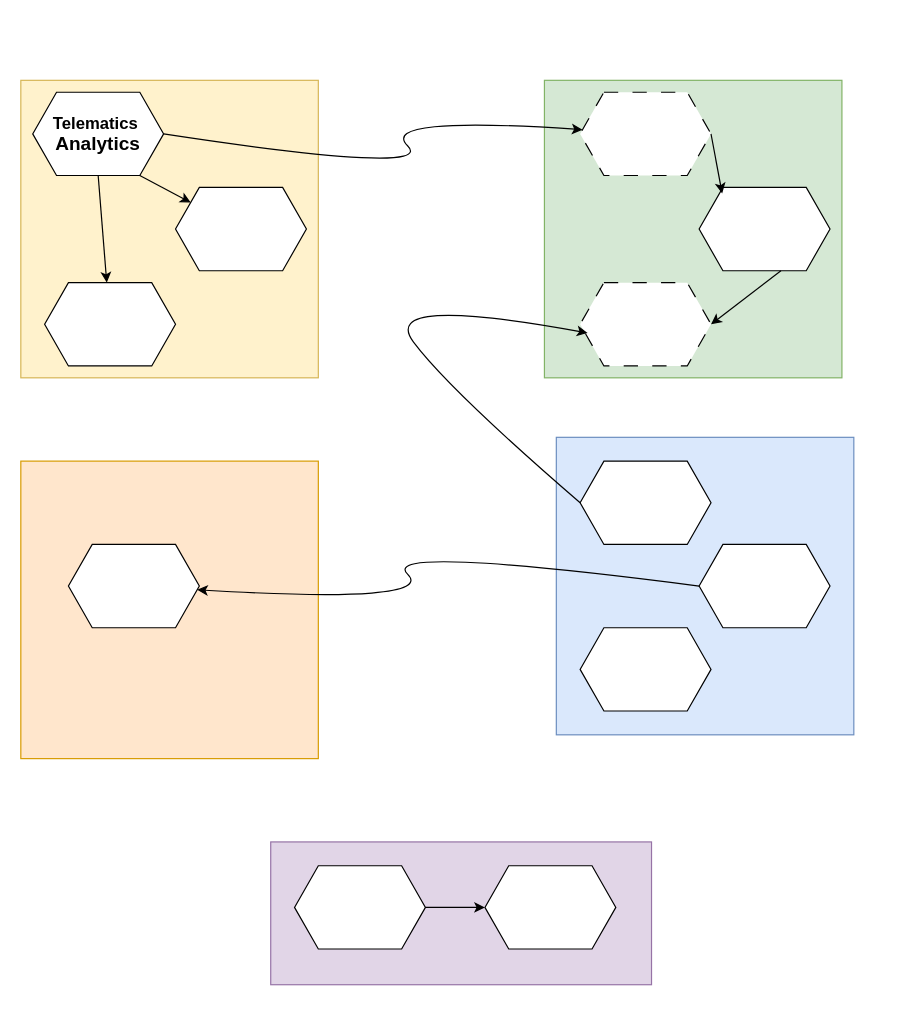
Earlier version of the draw.io diagram Microservices.drawio (atheeswaran/Dissertation_VehicleAPIPlatform). Source tidied: cells renumbered, new cells numbered last; positions are measured from the earlier drawing's top-left corner, leaving out a move shared by most shapes. Both pictures are drawn from the tidied source at 119%, with x=0, y=0 at pixel (20, 80).
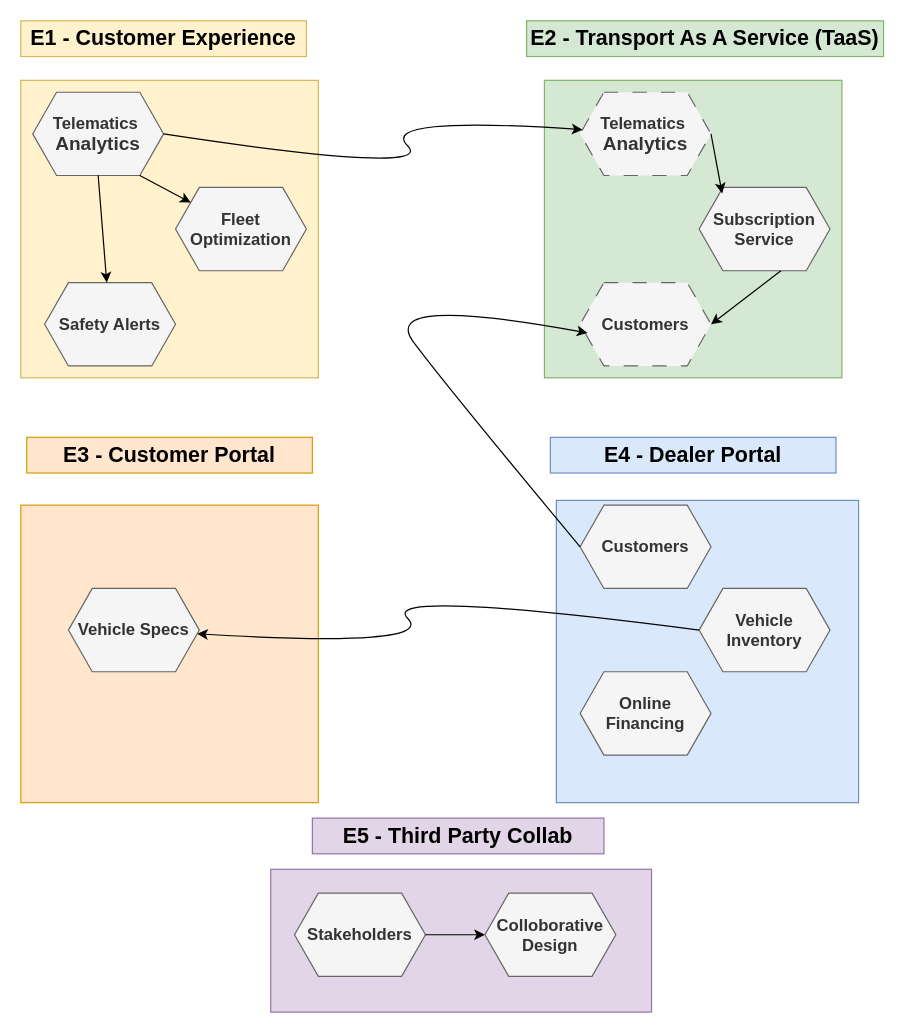
The same diagram, later.

What changed in the source:
```diff
@@
     <mxCell id="4" style="whiteSpace=wrap;html=1;fillColor=#dae8fc;strokeColor=#6c8ebf;" parent="1" vertex="1">
-      <mxGeometry x="450" y="300" width="250" height="250" as="geometry" />
+      <mxGeometry x="450" y="353" width="254" height="254" as="geometry" />
     </mxCell>
     <mxCell id="5" style="whiteSpace=wrap;html=1;fillColor=#ffe6cc;strokeColor=#d79b00;" parent="1" vertex="1">
-      <mxGeometry y="320" width="250" height="250" as="geometry" />
+      <mxGeometry y="357" width="250" height="250" as="geometry" />
     </mxCell>
     <mxCell id="6" style="rounded=0;whiteSpace=wrap;html=1;fillColor=#e1d5e7;strokeColor=#9673a6;" parent="1" vertex="1">
-      <mxGeometry x="210" y="640" width="320" height="120" as="geometry" />
+      <mxGeometry x="210" y="663" width="320" height="120" as="geometry" />
     </mxCell>
-    <mxCell id="7" value="&lt;b&gt;&lt;font style=&quot;font-size: 14px;&quot;&gt;Telematics&amp;nbsp;&lt;/font&gt;&lt;/b&gt;&lt;div&gt;&lt;b&gt;&lt;font size=&quot;3&quot;&gt;Analytics&lt;/font&gt;&lt;/b&gt;&lt;/div&gt;" style="shape=hexagon;perimeter=hexagonPerimeter2;whiteSpace=wrap;html=1;fixedSize=1;" parent="1" vertex="1">
+    <mxCell id="7" value="&lt;b&gt;&lt;font style=&quot;font-size: 14px;&quot;&gt;Telematics&amp;nbsp;&lt;/font&gt;&lt;/b&gt;&lt;div&gt;&lt;b&gt;&lt;font size=&quot;3&quot;&gt;Analytics&lt;/font&gt;&lt;/b&gt;&lt;/div&gt;" style="shape=hexagon;perimeter=hexagonPerimeter2;whiteSpace=wrap;html=1;fixedSize=1;fillColor=#f5f5f5;fontColor=#333333;strokeColor=#666666;" parent="1" vertex="1">
       <mxGeometry x="10" y="10" width="110" height="70" as="geometry" />
     </mxCell>
-    <mxCell id="8" style="shape=hexagon;perimeter=hexagonPerimeter2;whiteSpace=wrap;html=1;fixedSize=1;" parent="1" vertex="1">
+    <mxCell id="8" value="&lt;b&gt;&lt;font style=&quot;font-size: 14px;&quot;&gt;Fleet Optimization&lt;/font&gt;&lt;/b&gt;" style="shape=hexagon;perimeter=hexagonPerimeter2;whiteSpace=wrap;html=1;fixedSize=1;fillColor=#f5f5f5;fontColor=#333333;strokeColor=#666666;" parent="1" vertex="1">
       <mxGeometry x="130" y="90" width="110" height="70" as="geometry" />
     </mxCell>
-    <mxCell id="9" style="shape=hexagon;perimeter=hexagonPerimeter2;whiteSpace=wrap;html=1;fixedSize=1;" parent="1" vertex="1">
+    <mxCell id="9" value="&lt;b&gt;&lt;font style=&quot;font-size: 14px;&quot;&gt;Safety Alerts&lt;/font&gt;&lt;/b&gt;" style="shape=hexagon;perimeter=hexagonPerimeter2;whiteSpace=wrap;html=1;fixedSize=1;fillColor=#f5f5f5;fontColor=#333333;strokeColor=#666666;" parent="1" vertex="1">
       <mxGeometry x="20" y="170" width="110" height="70" as="geometry" />
     </mxCell>
-    <mxCell id="10" style="shape=hexagon;perimeter=hexagonPerimeter2;whiteSpace=wrap;html=1;fixedSize=1;" parent="1" vertex="1">
+    <mxCell id="10" value="&lt;b&gt;&lt;font style=&quot;font-size: 14px;&quot;&gt;Subscription Service&lt;/font&gt;&lt;/b&gt;" style="shape=hexagon;perimeter=hexagonPerimeter2;whiteSpace=wrap;html=1;fixedSize=1;fillColor=#f5f5f5;fontColor=#333333;strokeColor=#666666;" parent="1" vertex="1">
       <mxGeometry x="570" y="90" width="110" height="70" as="geometry" />
     </mxCell>
-    <mxCell id="11" style="shape=hexagon;perimeter=hexagonPerimeter2;whiteSpace=wrap;html=1;fixedSize=1;dashed=1;dashPattern=12 12;" parent="1" vertex="1">
+    <mxCell id="11" value="&lt;b&gt;&lt;font style=&quot;font-size: 14px;&quot;&gt;Telematics&amp;nbsp;&lt;/font&gt;&lt;/b&gt;&lt;div&gt;&lt;b&gt;&lt;font size=&quot;3&quot;&gt;Analytics&lt;/font&gt;&lt;/b&gt;&lt;/div&gt;" style="shape=hexagon;perimeter=hexagonPerimeter2;whiteSpace=wrap;html=1;fixedSize=1;dashed=1;dashPattern=12 12;fillColor=#f5f5f5;fontColor=#333333;strokeColor=#666666;" parent="1" vertex="1">
       <mxGeometry x="470" y="10" width="110" height="70" as="geometry" />
     </mxCell>
-    <mxCell id="12" style="shape=hexagon;perimeter=hexagonPerimeter2;whiteSpace=wrap;html=1;fixedSize=1;dashed=1;dashPattern=12 12;" parent="1" vertex="1">
+    <mxCell id="12" value="&lt;font style=&quot;font-size: 14px;&quot;&gt;&lt;b&gt;Customers&lt;/b&gt;&lt;/font&gt;" style="shape=hexagon;perimeter=hexagonPerimeter2;whiteSpace=wrap;html=1;fixedSize=1;dashed=1;dashPattern=12 12;fillColor=#f5f5f5;fontColor=#333333;strokeColor=#666666;" parent="1" vertex="1">
       <mxGeometry x="470" y="170" width="110" height="70" as="geometry" />
     </mxCell>
-    <mxCell id="13" style="shape=hexagon;perimeter=hexagonPerimeter2;whiteSpace=wrap;html=1;fixedSize=1;" parent="1" vertex="1">
-      <mxGeometry x="40" y="390" width="110" height="70" as="geometry" />
+    <mxCell id="13" value="&lt;b&gt;&lt;font style=&quot;font-size: 14px;&quot;&gt;Vehicle Specs&lt;/font&gt;&lt;/b&gt;" style="shape=hexagon;perimeter=hexagonPerimeter2;whiteSpace=wrap;html=1;fixedSize=1;fillColor=#f5f5f5;fontColor=#333333;strokeColor=#666666;" parent="1" vertex="1">
+      <mxGeometry x="40" y="427" width="110" height="70" as="geometry" />
     </mxCell>
-    <mxCell id="14" style="shape=hexagon;perimeter=hexagonPerimeter2;whiteSpace=wrap;html=1;fixedSize=1;" parent="1" vertex="1">
-      <mxGeometry x="470" y="320" width="110" height="70" as="geometry" />
+    <mxCell id="14" value="&lt;b style=&quot;font-size: 14px;&quot;&gt;Customers&lt;/b&gt;" style="shape=hexagon;perimeter=hexagonPerimeter2;whiteSpace=wrap;html=1;fixedSize=1;fillColor=#f5f5f5;fontColor=#333333;strokeColor=#666666;" parent="1" vertex="1">
+      <mxGeometry x="470" y="357" width="110" height="70" as="geometry" />
     </mxCell>
-    <mxCell id="15" style="shape=hexagon;perimeter=hexagonPerimeter2;whiteSpace=wrap;html=1;fixedSize=1;" parent="1" vertex="1">
-      <mxGeometry x="570" y="390" width="110" height="70" as="geometry" />
+    <mxCell id="15" value="&lt;b&gt;&lt;font style=&quot;font-size: 14px;&quot;&gt;Vehicle Inventory&lt;/font&gt;&lt;/b&gt;" style="shape=hexagon;perimeter=hexagonPerimeter2;whiteSpace=wrap;html=1;fixedSize=1;fillColor=#f5f5f5;fontColor=#333333;strokeColor=#666666;" parent="1" vertex="1">
+      <mxGeometry x="570" y="427" width="110" height="70" as="geometry" />
     </mxCell>
-    <mxCell id="16" style="shape=hexagon;perimeter=hexagonPerimeter2;whiteSpace=wrap;html=1;fixedSize=1;" parent="1" vertex="1">
-      <mxGeometry x="470" y="460" width="110" height="70" as="geometry" />
+    <mxCell id="16" value="&lt;b&gt;&lt;font style=&quot;font-size: 14px;&quot;&gt;Online Financing&lt;/font&gt;&lt;/b&gt;" style="shape=hexagon;perimeter=hexagonPerimeter2;whiteSpace=wrap;html=1;fixedSize=1;fillColor=#f5f5f5;fontColor=#333333;strokeColor=#666666;" parent="1" vertex="1">
+      <mxGeometry x="470" y="497" width="110" height="70" as="geometry" />
     </mxCell>
-    <mxCell id="17" style="shape=hexagon;perimeter=hexagonPerimeter2;whiteSpace=wrap;html=1;fixedSize=1;" parent="1" vertex="1">
-      <mxGeometry x="230" y="660" width="110" height="70" as="geometry" />
+    <mxCell id="17" value="&lt;b&gt;&lt;font style=&quot;font-size: 14px;&quot;&gt;Stakeholders&lt;/font&gt;&lt;/b&gt;" style="shape=hexagon;perimeter=hexagonPerimeter2;whiteSpace=wrap;html=1;fixedSize=1;fillColor=#f5f5f5;fontColor=#333333;strokeColor=#666666;" parent="1" vertex="1">
+      <mxGeometry x="230" y="683" width="110" height="70" as="geometry" />
     </mxCell>
-    <mxCell id="18" style="shape=hexagon;perimeter=hexagonPerimeter2;whiteSpace=wrap;html=1;fixedSize=1;" parent="1" vertex="1">
-      <mxGeometry x="390" y="660" width="110" height="70" as="geometry" />
+    <mxCell id="18" value="&lt;b&gt;&lt;font style=&quot;font-size: 14px;&quot;&gt;Colloborative Design&lt;/font&gt;&lt;/b&gt;" style="shape=hexagon;perimeter=hexagonPerimeter2;whiteSpace=wrap;html=1;fixedSize=1;fillColor=#f5f5f5;fontColor=#333333;strokeColor=#666666;" parent="1" vertex="1">
+      <mxGeometry x="390" y="683" width="110" height="70" as="geometry" />
     </mxCell>
@@
     <mxCell id="21" style="curved=1;endArrow=classic;html=1;rounded=0;exitX=0;exitY=0.5;exitDx=0;exitDy=0;" parent="1" edge="1" source="15" target="13">
       <mxGeometry relative="1" as="geometry">
         <Array as="points">
-          <mxPoint x="300" y="390" />
-          <mxPoint x="350" y="440" />
+          <mxPoint x="300" y="427" />
+          <mxPoint x="350" y="477" />
         </Array>
       </mxGeometry>
     </mxCell>
@@
+    <mxCell id="27" value="&lt;font style=&quot;font-size: 18px;&quot;&gt;&lt;b&gt;E1 - Customer Experience&lt;/b&gt;&lt;/font&gt;" style="text;html=1;align=center;verticalAlign=middle;whiteSpace=wrap;rounded=0;fillColor=#fff2cc;strokeColor=#d6b656;" parent="1" vertex="1">
+      <mxGeometry y="-50" width="240" height="30" as="geometry" />
+    </mxCell>
+    <mxCell id="28" value="&lt;font style=&quot;font-size: 18px;&quot;&gt;&lt;b&gt;E2 - Transport As A Service (TaaS)&lt;/b&gt;&lt;/font&gt;" style="text;html=1;align=center;verticalAlign=middle;whiteSpace=wrap;rounded=0;fillColor=#d5e8d4;strokeColor=#82b366;" parent="1" vertex="1">
+      <mxGeometry x="425" y="-50" width="300" height="30" as="geometry" />
+    </mxCell>
+    <mxCell id="29" value="&lt;font style=&quot;font-size: 18px;&quot;&gt;&lt;b&gt;E3 - Customer Portal&lt;/b&gt;&lt;/font&gt;" style="text;html=1;align=center;verticalAlign=middle;whiteSpace=wrap;rounded=0;fillColor=#ffe6cc;strokeColor=#d79b00;" parent="1" vertex="1">
+      <mxGeometry x="5" y="300" width="240" height="30" as="geometry" />
+    </mxCell>
+    <mxCell id="30" value="&lt;font style=&quot;font-size: 18px;&quot;&gt;&lt;b&gt;E4 - Dealer Portal&lt;/b&gt;&lt;/font&gt;" style="text;html=1;align=center;verticalAlign=middle;whiteSpace=wrap;rounded=0;fillColor=#dae8fc;strokeColor=#6c8ebf;" parent="1" vertex="1">
+      <mxGeometry x="445" y="300" width="240" height="30" as="geometry" />
+    </mxCell>
+    <mxCell id="31" value="&lt;font style=&quot;font-size: 18px;&quot;&gt;&lt;b&gt;E5 - Third Party Collab&lt;/b&gt;&lt;/font&gt;" style="text;html=1;align=center;verticalAlign=middle;whiteSpace=wrap;rounded=0;fillColor=#e1d5e7;strokeColor=#9673a6;" parent="1" vertex="1">
+      <mxGeometry x="245" y="620" width="245" height="30" as="geometry" />
+    </mxCell>
```
